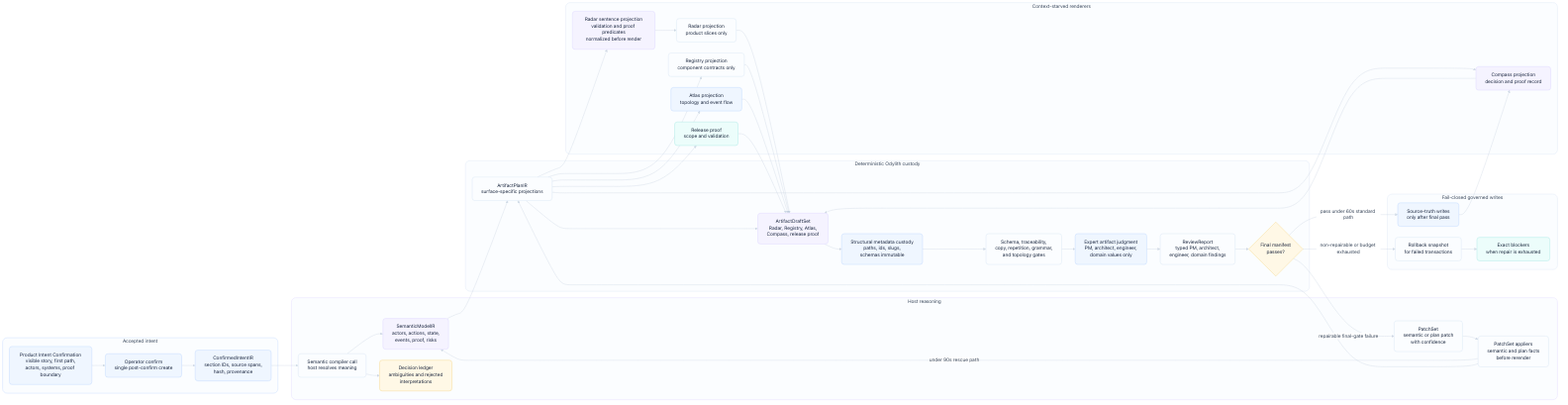
Above: odylith/atlas/source/domain-intelligence-greenfield-governance.png in odylith/odylith (Mermaid), before the change. Its source is kept beside it as odylith/atlas/source/domain-intelligence-greenfield-governance.mmd.
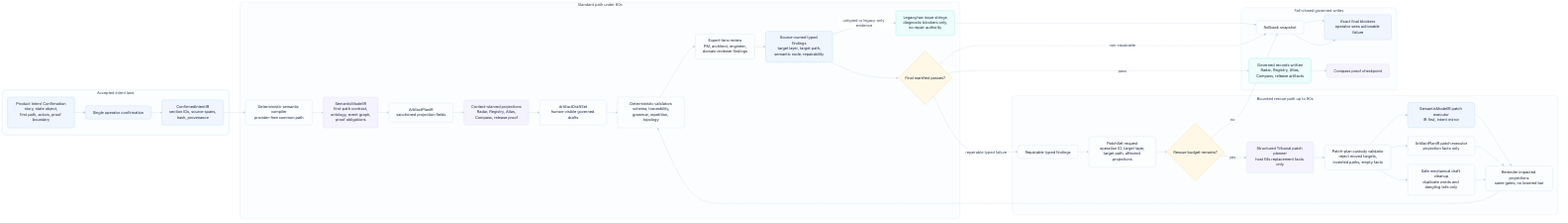
Later version of the same file.

Diff of the diagram source:
```diff
@@ -1,85 +1,75 @@
 flowchart LR
-    subgraph confirmation_lane["Accepted intent"]
+    subgraph accepted_lane["Accepted intent lane"]
       direction TB
-      visible_intent["Product Intent Confirmation<br/>visible story, first path,<br/>actors, systems, proof boundary"]
-      confirm["Operator confirm<br/>single post-confirm create"]
+      visible_intent["Product Intent Confirmation<br/>story, state object,<br/>first path, actors, proof boundary"]
+      confirm["Single operator confirmation"]
       confirmed_ir["ConfirmedIntentIR<br/>section IDs, source spans,<br/>hash, provenance"]
     end
 
-    subgraph reasoning_lane["Host reasoning"]
+    subgraph standard_lane["Standard path under 60s"]
       direction TB
-      semantic_compile["Semantic compiler call<br/>host resolves meaning"]
-      semantic_ir["SemanticModelIR<br/>actors, actions, state,<br/>events, proof, risks"]
-      decision_ledger["Decision ledger<br/>ambiguities and rejected<br/>interpretations"]
-      patchset["PatchSet<br/>semantic or plan patch<br/>with confidence"]
-      patch_apply["PatchSet appliers<br/>semantic and plan facts<br/>before rerender"]
+      compiler["Deterministic semantic compiler<br/>provider-free common path"]
+      semantic_ir["SemanticModelIR<br/>first-path contract,<br/>ontology, event graph,<br/>proof obligations"]
+      artifact_plan["ArtifactPlanIR<br/>sanctioned projection fields"]
+      projections["Context-starved projections<br/>Radar, Registry, Atlas,<br/>Compass, release proof"]
+      draft_set["ArtifactDraftSet<br/>human-visible governed drafts"]
+      validators["Deterministic validators<br/>schema, traceability,<br/>grammar, repetition, topology"]
+      expert_lenses["Expert-lens review<br/>PM, architect, engineer,<br/>domain reviewer findings"]
+      typed_findings["Source-owned typed findings<br/>target layer, target path,<br/>semantic node, repairability"]
+      legacy_blockers["Legacy/raw issue strings<br/>diagnostic blockers only,<br/>no repair authority"]
+      final_manifest{"Final manifest passes?"}
     end
 
-    subgraph custody_lane["Deterministic Odylith custody"]
+    subgraph rescue_lane["Bounded rescue path up to 90s"]
       direction TB
-      plan_ir["ArtifactPlanIR<br/>surface-specific projections"]
-      draft_set["ArtifactDraftSet<br/>Radar, Registry, Atlas,<br/>Compass, release proof"]
-      structural_guard["Structural metadata custody<br/>paths, ids, slugs,<br/>schemas immutable"]
-      validators["Schema, traceability,<br/>copy, repetition, grammar,<br/>and topology gates"]
-      expert_judgment["Expert artifact judgment<br/>PM, architect, engineer,<br/>domain values only"]
-      review_report["ReviewReport<br/>typed PM, architect,<br/>engineer, domain findings"]
-      transaction{"Final manifest<br/>passes?"}
-    end
-
-    subgraph projection_lane["Context-starved renderers"]
-      direction TB
-      radar_sentence["Radar sentence projection<br/>validation and proof predicates<br/>normalized before render"]
-      radar["Radar projection<br/>product slices only"]
-      registry["Registry projection<br/>component contracts only"]
-      atlas["Atlas projection<br/>topology and event flow"]
-      compass["Compass projection<br/>decision and proof record"]
-      release["Release proof<br/>scope and validation"]
+      repairable["Repairable typed findings"]
+      patchset["PatchSet request<br/>operation ID, target layer,<br/>target path, affected projections"]
+      rescue_budget{"Rescue budget remains?"}
+      tribunal_planner["Structured Tribunal patch planner<br/>host fills replacement facts only"]
+      custody_check["Patch-plan custody validator<br/>reject moved targets,<br/>invented paths, empty facts"]
+      semantic_apply["SemanticModelIR patch executor<br/>IR first, intent mirror"]
+      plan_apply["ArtifactPlanIR patch executor<br/>projection facts only"]
+      copy_repair["Safe mechanical draft cleanup<br/>duplicate words and dangling tails only"]
+      rerender["Rerender impacted projections<br/>same gates, no lowered bar"]
     end
 
     subgraph write_lane["Fail-closed governed writes"]
       direction TB
-      writes["Source-truth writes<br/>only after final pass"]
-      rollback["Rollback snapshot<br/>for failed transactions"]
-      blockers["Exact blockers<br/>when repair is exhausted"]
+      writes["Governed records written<br/>Radar, Registry, Atlas,<br/>Compass, release artifacts"]
+      rollback["Rollback snapshot"]
+      blockers["Exact final blockers<br/>operator sees actionable failure"]
+      proof_log["Compass proof checkpoint"]
     end
 
     visible_intent --> confirm --> confirmed_ir
-    confirmed_ir --> semantic_compile --> semantic_ir
-    semantic_compile --> decision_ledger
-    semantic_ir --> plan_ir --> draft_set
-    plan_ir --> radar_sentence --> radar
-    plan_ir --> registry
-    plan_ir --> atlas
-    plan_ir --> compass
-    plan_ir --> release
-    radar --> draft_set
-    registry --> draft_set
-    atlas --> draft_set
-    compass --> draft_set
-    release --> draft_set
-    draft_set --> structural_guard --> validators --> expert_judgment --> review_report --> transaction
-    transaction -- "pass under 60s standard path" --> writes
-    transaction -- "repairable final-gate failure" --> patchset
-    patchset --> patch_apply
-    patch_apply -- "under 90s rescue path" --> semantic_ir
-    patch_apply --> plan_ir
-    transaction -- "non-repairable or budget exhausted" --> rollback --> blockers
-    writes --> compass
+    confirmed_ir --> compiler --> semantic_ir --> artifact_plan --> projections --> draft_set
+    draft_set --> validators --> expert_lenses --> typed_findings --> final_manifest
+    typed_findings -- "untyped or legacy-only evidence" --> legacy_blockers --> rollback
+    final_manifest -- "pass" --> writes --> proof_log
+    final_manifest -- "repairable typed failure" --> repairable --> patchset --> rescue_budget
+    rescue_budget -- "yes" --> tribunal_planner --> custody_check
+    custody_check --> semantic_apply
+    custody_check --> plan_apply
+    custody_check --> copy_repair
+    semantic_apply --> rerender
+    plan_apply --> rerender
+    copy_repair --> rerender
+    rerender --> validators
+    rescue_budget -- "no" --> rollback --> blockers
+    final_manifest -- "non-repairable" --> rollback
+    rollback --> blockers
 
     classDef intent fill:#EFF6FF,stroke:#BFD7FE,color:#17233A,stroke-width:1.2px;
-    classDef reasoning fill:#F5F3FF,stroke:#DDD6FE,color:#17233A,stroke-width:1.2px;
-    classDef custody fill:#FFF8E6,stroke:#F6D98B,color:#17233A,stroke-width:1.3px;
-    classDef projection fill:#ECFDFB,stroke:#A7E9E3,color:#17233A,stroke-width:1.2px;
-    classDef write fill:#FDF2F8,stroke:#F9A8D4,color:#17233A,stroke-width:1.2px;
+    classDef standard fill:#F8FAFC,stroke:#CBD5E1,color:#17233A,stroke-width:1.2px;
+    classDef rescue fill:#FFF7ED,stroke:#FDBA74,color:#17233A,stroke-width:1.2px;
+    classDef write fill:#F0FDF4,stroke:#86EFAC,color:#17233A,stroke-width:1.2px;
     class visible_intent,confirm,confirmed_ir intent;
-    class semantic_compile,semantic_ir,decision_ledger,patchset,patch_apply reasoning;
-    class plan_ir,draft_set,structural_guard,validators,expert_judgment,review_report,transaction custody;
-    class radar_sentence,radar,registry,atlas,compass,release projection;
-    class writes,rollback,blockers write;
+    class compiler,semantic_ir,artifact_plan,projections,draft_set,validators,expert_lenses,typed_findings,legacy_blockers,final_manifest standard;
+    class repairable,patchset,rescue_budget,tribunal_planner,custody_check,semantic_apply,plan_apply,copy_repair,rerender rescue;
+    class writes,rollback,blockers,proof_log write;
 
-    style confirmation_lane fill:#FBFDFF,stroke:#BFD7FE,stroke-width:1px,color:#334155
-    style reasoning_lane fill:#FBFDFF,stroke:#DDD6FE,stroke-width:1px,color:#334155
-    style custody_lane fill:#FBFDFF,stroke:#F6D98B,stroke-width:1px,color:#334155
-    style projection_lane fill:#FBFDFF,stroke:#A7E9E3,stroke-width:1px,color:#334155
-    style write_lane fill:#FBFDFF,stroke:#F9A8D4,stroke-width:1px,color:#334155
-    linkStyle default stroke:#B9C7D8,stroke-width:1.25px
+    style accepted_lane fill:#FBFDFF,stroke:#BFD7FE,stroke-width:1px,color:#334155
+    style standard_lane fill:#FBFDFF,stroke:#CBD5E1,stroke-width:1px,color:#334155
+    style rescue_lane fill:#FFFBF5,stroke:#FDBA74,stroke-width:1px,color:#334155
+    style write_lane fill:#F8FFF9,stroke:#86EFAC,stroke-width:1px,color:#334155
+    linkStyle default stroke:#9FB2C8,stroke-width:1.25px
```
